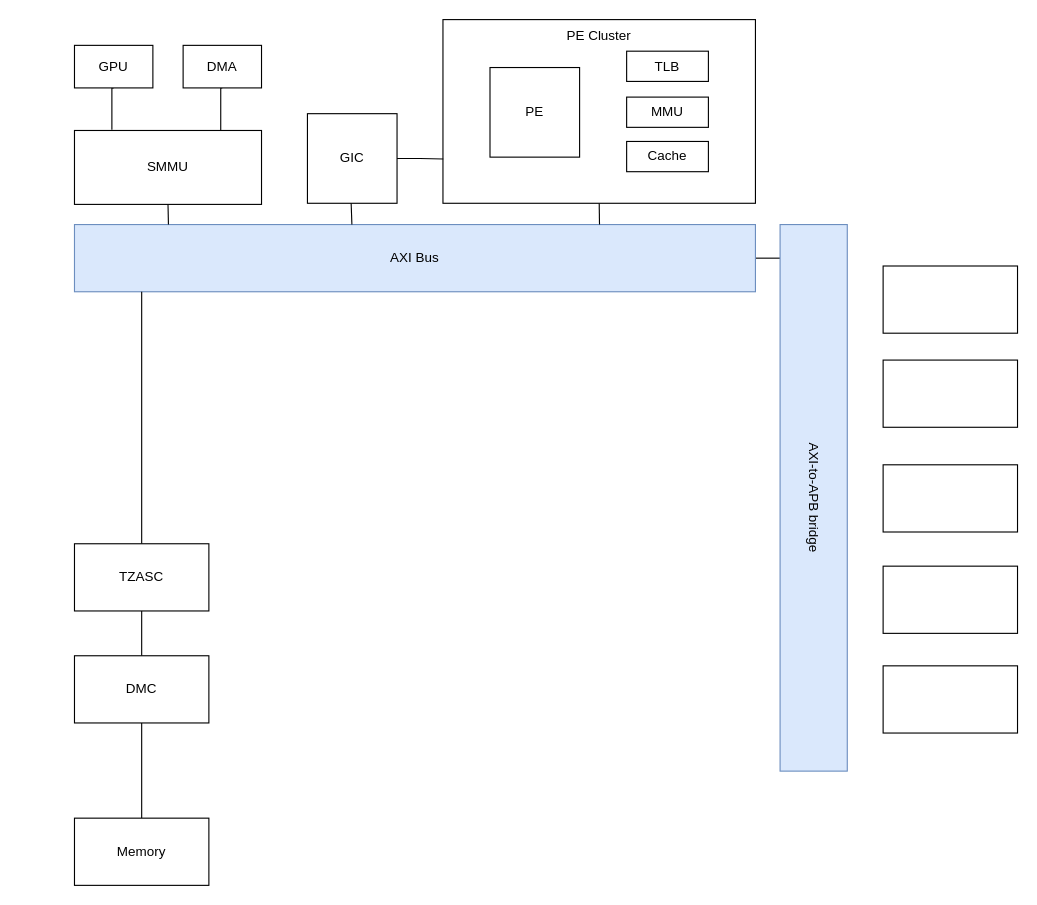
Above: p3.drawio in EdisonE3/vue_learn (draw.io), before the change. Source tidied: cells renumbered, new cells numbered last; positions are measured from the earlier drawing's top-left corner, leaving out a move shared by most shapes. Both pictures are drawn from the tidied source at 112%, with x=0, y=0 at pixel (74, 19).
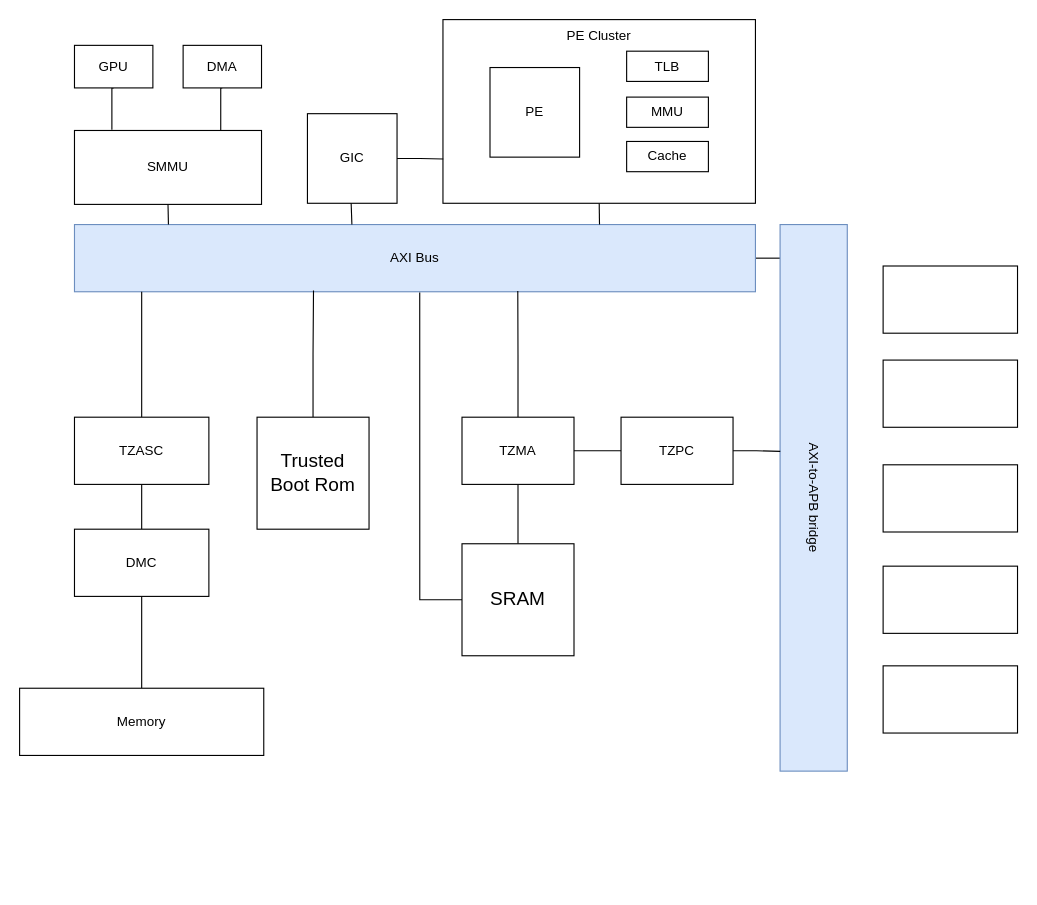
The same page after the edit.

Unchanged cells that the change refers to:
```xml
<mxCell id="3" value="AXI Bus" style="rounded=0;whiteSpace=wrap;html=1;fillColor=#dae8fc;strokeColor=#6c8ebf;" parent="1" vertex="1">
  <mxGeometry y="183" width="608" height="60" as="geometry" />
</mxCell>
<mxCell id="22" style="rounded=0;whiteSpace=wrap;html=1;fillColor=#dae8fc;strokeColor=#6c8ebf;direction=south;" parent="21" vertex="1">
  <mxGeometry width="60" height="488" as="geometry" />
</mxCell>
```

What changed in the source:
```diff
@@
     <mxCell id="26" value="TZASC" style="rounded=0;whiteSpace=wrap;html=1;" parent="1" vertex="1">
-      <mxGeometry y="468" width="120" height="60" as="geometry" />
+      <mxGeometry y="355" width="120" height="60" as="geometry" />
     </mxCell>
@@
     <mxCell id="28" value="DMC" style="rounded=0;whiteSpace=wrap;html=1;" parent="1" vertex="1">
-      <mxGeometry y="568" width="120" height="60" as="geometry" />
+      <mxGeometry y="455" width="120" height="60" as="geometry" />
     </mxCell>
     <mxCell id="29" value="Memory" style="rounded=0;whiteSpace=wrap;html=1;" parent="1" vertex="1">
-      <mxGeometry y="713" width="120" height="60" as="geometry" />
+      <mxGeometry x="-49" y="597" width="218" height="60" as="geometry" />
     </mxCell>
@@
+    <mxCell id="35" style="edgeStyle=orthogonalEdgeStyle;rounded=0;jettySize=auto;html=1;exitX=1;exitY=0.5;exitDx=0;exitDy=0;entryX=0;entryY=0.5;entryDx=0;entryDy=0;fontSize=17;endArrow=none;endFill=0;" parent="1" edge="1" source="38" target="40">
+      <mxGeometry relative="1" as="geometry" />
+    </mxCell>
+    <mxCell id="36" style="edgeStyle=orthogonalEdgeStyle;rounded=0;jettySize=auto;html=1;exitX=0.5;exitY=1;exitDx=0;exitDy=0;entryX=0.5;entryY=0;entryDx=0;entryDy=0;fontSize=17;endArrow=none;endFill=0;" parent="1" edge="1" source="38" target="42">
+      <mxGeometry relative="1" as="geometry" />
+    </mxCell>
+    <mxCell id="37" style="edgeStyle=orthogonalEdgeStyle;rounded=0;jettySize=auto;html=1;exitX=0.5;exitY=0;exitDx=0;exitDy=0;entryX=0.651;entryY=0.987;entryDx=0;entryDy=0;entryPerimeter=0;fontSize=17;endArrow=none;endFill=0;" parent="1" edge="1" source="38" target="3">
+      <mxGeometry relative="1" as="geometry" />
+    </mxCell>
+    <mxCell id="38" value="TZMA" style="rounded=0;whiteSpace=wrap;html=1;" parent="1" vertex="1">
+      <mxGeometry x="346" y="355" width="100" height="60" as="geometry" />
+    </mxCell>
+    <mxCell id="39" style="edgeStyle=orthogonalEdgeStyle;rounded=0;jettySize=auto;html=1;exitX=1;exitY=0.5;exitDx=0;exitDy=0;entryX=0.415;entryY=0.997;entryDx=0;entryDy=0;entryPerimeter=0;fontSize=17;endArrow=none;endFill=0;" parent="1" edge="1" source="40" target="22">
+      <mxGeometry relative="1" as="geometry" />
+    </mxCell>
+    <mxCell id="40" value="TZPC" style="rounded=0;whiteSpace=wrap;html=1;" parent="1" vertex="1">
+      <mxGeometry x="488" y="355" width="100" height="60" as="geometry" />
+    </mxCell>
+    <mxCell id="41" style="edgeStyle=orthogonalEdgeStyle;rounded=0;jettySize=auto;html=1;exitX=0;exitY=0.5;exitDx=0;exitDy=0;entryX=0.507;entryY=1.011;entryDx=0;entryDy=0;entryPerimeter=0;fontSize=17;endArrow=none;endFill=0;" parent="1" edge="1" source="42" target="3">
+      <mxGeometry relative="1" as="geometry" />
+    </mxCell>
+    <mxCell id="42" value="&lt;font style=&quot;font-size: 17px;&quot;&gt;SRAM&lt;/font&gt;" style="whiteSpace=wrap;html=1;" parent="1" vertex="1">
+      <mxGeometry x="346" y="468" width="100" height="100" as="geometry" />
+    </mxCell>
+    <mxCell id="43" style="edgeStyle=orthogonalEdgeStyle;rounded=0;jettySize=auto;html=1;exitX=0.5;exitY=0;exitDx=0;exitDy=0;fontSize=17;endArrow=none;endFill=0;entryX=0.351;entryY=0.983;entryDx=0;entryDy=0;entryPerimeter=0;" parent="1" edge="1" source="44" target="3">
+      <mxGeometry relative="1" as="geometry" />
+    </mxCell>
+    <mxCell id="44" value="&lt;font style=&quot;font-size: 17px;&quot;&gt;Trusted &lt;br&gt;Boot Rom&lt;/font&gt;" style="whiteSpace=wrap;html=1;" parent="1" vertex="1">
+      <mxGeometry x="163" y="355" width="100" height="100" as="geometry" />
+    </mxCell>
```
